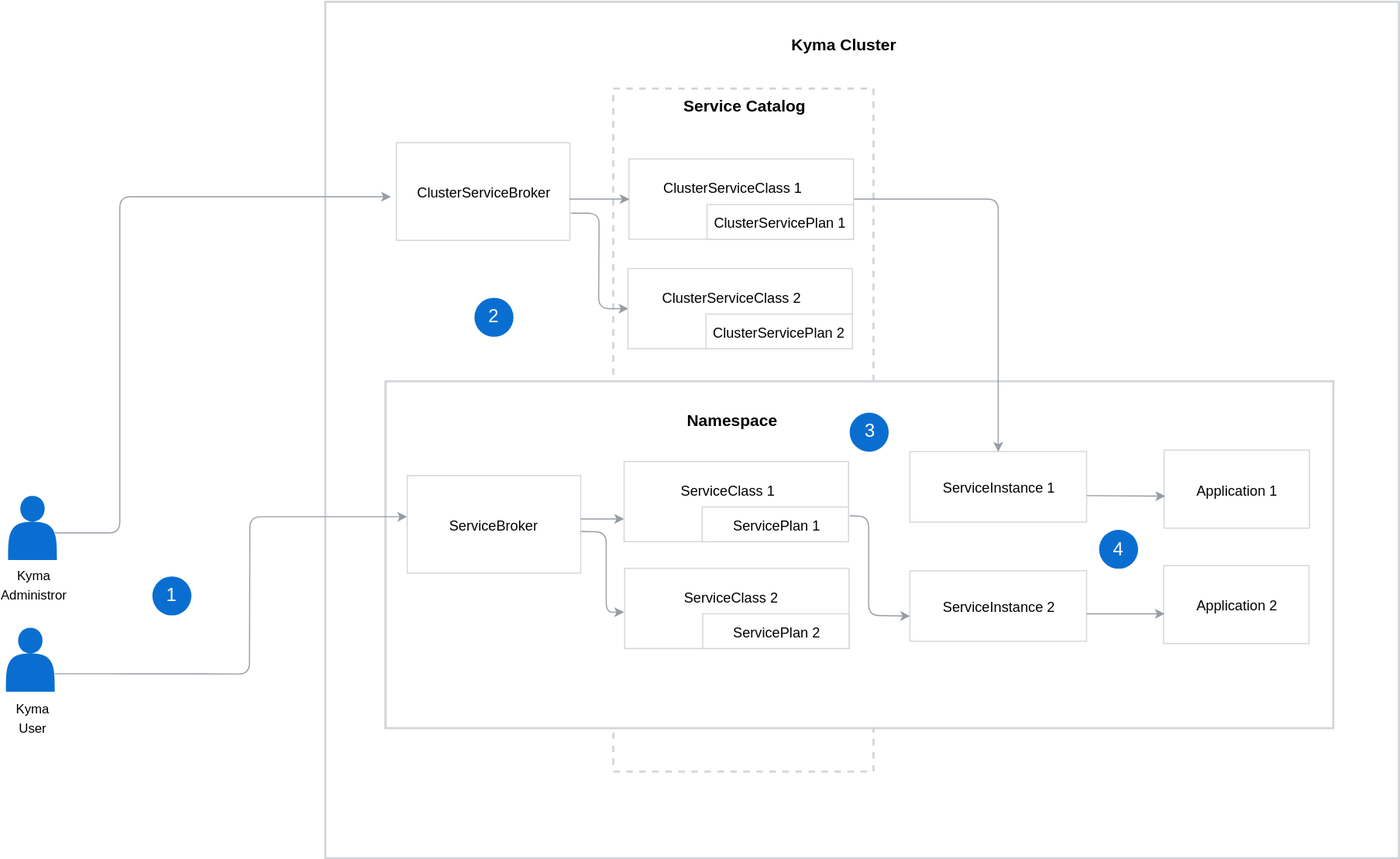
Above: docs/service-catalog/assets/service-catalog-flow.svg in kyma-project/kyma (draw.io), before the change. Source tidied: cells renumbered, new cells last; positions are measured from the earlier drawing's top-left corner, leaving out a move shared by most shapes.
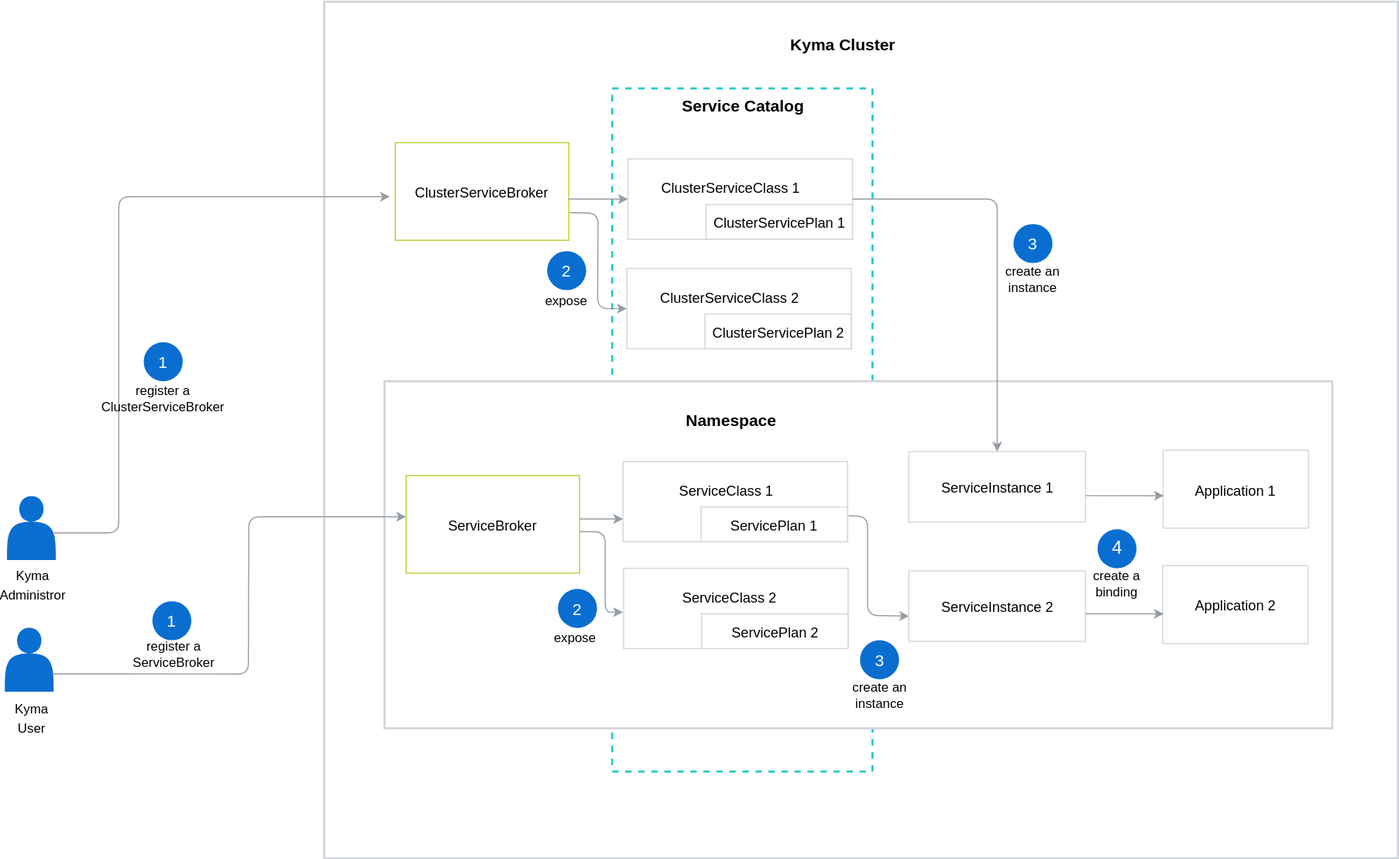
The same file after the commit.

The edit, as a diff of the source:
```diff
@@ -8,13 +8,13 @@
     <mxCell id="3" style="shape=actor;whiteSpace=wrap;html=1;strokeColor=none;strokeWidth=1;fillColor=#0A6ED1;gradientColor=none;fontFamily=Helvetica;fontSize=12;" parent="1" vertex="1">
       <mxGeometry x="2" y="455.9" width="45" height="59" as="geometry" />
     </mxCell>
-    <mxCell id="4" style="rounded=0;whiteSpace=wrap;html=1;labelBackgroundColor=none;strokeColor=#D2D5D9;strokeWidth=2;fillColor=#FFFFFF;gradientColor=none;fontFamily=Helvetica;fontSize=15;fontColor=#000000;dashed=1;" parent="1" vertex="1">
+    <mxCell id="4" style="rounded=0;whiteSpace=wrap;html=1;labelBackgroundColor=none;strokeColor=#24CACC;strokeWidth=2;fillColor=#FFFFFF;gradientColor=none;fontFamily=Helvetica;fontSize=15;fontColor=#000000;dashed=1;" parent="1" vertex="1">
       <mxGeometry x="560" y="80" width="240" height="630" as="geometry" />
     </mxCell>
     <mxCell id="5" style="rounded=0;whiteSpace=wrap;html=1;labelBackgroundColor=none;strokeColor=#D2D5D9;strokeWidth=2;fillColor=#FFFFFF;gradientColor=none;fontFamily=Helvetica;fontSize=15;fontColor=#000000;" parent="1" vertex="1">
       <mxGeometry x="350" y="350" width="874" height="320" as="geometry" />
     </mxCell>
-    <mxCell id="6" value="&lt;font style=&quot;font-size: 13px&quot;&gt;ClusterServiceBroker&lt;br&gt;&lt;/font&gt;" style="rounded=0;whiteSpace=wrap;html=1;labelBackgroundColor=none;strokeColor=#D2D5D9;strokeWidth=1;fillColor=#FFFFFF;gradientColor=none;fontFamily=Helvetica;fontSize=15;fontColor=#000000;" parent="1" vertex="1">
+    <mxCell id="6" value="&lt;font style=&quot;font-size: 13px&quot;&gt;ClusterServiceBroker&lt;br&gt;&lt;/font&gt;" style="rounded=0;whiteSpace=wrap;html=1;labelBackgroundColor=none;strokeColor=#ACD62F;strokeWidth=1;fillColor=#FFFFFF;gradientColor=none;fontFamily=Helvetica;fontSize=15;fontColor=#000000;" parent="1" vertex="1">
       <mxGeometry x="360" y="130" width="160" height="90" as="geometry" />
     </mxCell>
     <mxCell id="7" value="&lt;font style=&quot;font-size: 13px&quot;&gt;ServiceInstance 1&lt;/font&gt;" style="rounded=0;whiteSpace=wrap;html=1;labelBackgroundColor=none;strokeColor=#D2D5D9;strokeWidth=1;fillColor=#FFFFFF;gradientColor=none;fontFamily=Helvetica;fontSize=15;fontColor=#000000;" parent="1" vertex="1">
@@ -59,8 +59,8 @@
     <mxCell id="15" value="&lt;font style=&quot;font-size: 12px&quot;&gt;Kyma Administror&lt;/font&gt;" style="text;html=1;strokeColor=none;fillColor=none;align=center;verticalAlign=middle;whiteSpace=wrap;rounded=0;dashed=1;labelBackgroundColor=none;fontFamily=Helvetica;fontSize=15;fontColor=#000000;" parent="1" vertex="1">
       <mxGeometry x="5.5" y="527" width="40" height="20" as="geometry" />
     </mxCell>
-    <mxCell id="16" style="ellipse;whiteSpace=wrap;html=1;labelBackgroundColor=none;strokeColor=none;strokeWidth=1;fillColor=#0A6ED1;gradientColor=none;fontFamily=Helvetica;fontSize=15;fontColor=#000000;" parent="1" vertex="1">
-      <mxGeometry x="134.5" y="530" width="36" height="36" as="geometry" />
+    <mxCell id="16" value="&lt;font color=&quot;#ffffff&quot;&gt;1&lt;/font&gt;" style="ellipse;whiteSpace=wrap;html=1;labelBackgroundColor=none;strokeColor=none;strokeWidth=1;fillColor=#0A6ED1;gradientColor=none;fontFamily=Helvetica;fontSize=15;fontColor=#000000;" parent="1" vertex="1">
+      <mxGeometry x="128" y="314" width="36" height="36" as="geometry" />
     </mxCell>
     <mxCell id="17" style="endArrow=classic;html=1;strokeColor=#959CA4;strokeWidth=1;fontFamily=Helvetica;fontSize=15;fontColor=#000000;entryX=0;entryY=0.5;exitX=1;exitY=0.25;" parent="1" edge="1">
       <mxGeometry relative="1" as="geometry">
@@ -78,24 +78,15 @@
     <mxCell id="19" value="&lt;b&gt;Service Catalog&lt;/b&gt;" style="text;html=1;strokeColor=none;fillColor=none;align=center;verticalAlign=middle;whiteSpace=wrap;rounded=0;labelBackgroundColor=none;fontFamily=Helvetica;fontSize=15;fontColor=#000000;" parent="1" vertex="1">
       <mxGeometry x="611" y="86" width="140" height="20" as="geometry" />
     </mxCell>
-    <mxCell id="20" value="&lt;b&gt;Environment&lt;/b&gt;" style="text;html=1;strokeColor=none;fillColor=none;align=center;verticalAlign=middle;whiteSpace=wrap;rounded=0;labelBackgroundColor=none;fontFamily=Helvetica;fontSize=15;fontColor=#000000;" parent="1" vertex="1">
+    <mxCell id="20" value="&lt;b&gt;Namespace&lt;/b&gt;" style="text;html=1;strokeColor=none;fillColor=none;align=center;verticalAlign=middle;whiteSpace=wrap;rounded=0;labelBackgroundColor=none;fontFamily=Helvetica;fontSize=15;fontColor=#000000;" parent="1" vertex="1">
       <mxGeometry x="574.5" y="376" width="190" height="20" as="geometry" />
     </mxCell>
-    <mxCell id="21" value="&lt;font style=&quot;font-size: 17px&quot; color=&quot;#ffffff&quot;&gt;1&lt;/font&gt;" style="text;html=1;strokeColor=none;fillColor=none;align=center;verticalAlign=middle;whiteSpace=wrap;rounded=0;labelBackgroundColor=none;fontFamily=Helvetica;fontSize=15;fontColor=#000000;" parent="1" vertex="1">
-      <mxGeometry x="144.5" y="540" width="16" height="13" as="geometry" />
-    </mxCell>
-    <mxCell id="22" style="ellipse;whiteSpace=wrap;html=1;labelBackgroundColor=none;strokeColor=none;strokeWidth=1;fillColor=#0A6ED1;gradientColor=none;fontFamily=Helvetica;fontSize=15;fontColor=#000000;" parent="1" vertex="1">
-      <mxGeometry x="432" y="273" width="36" height="36" as="geometry" />
+    <mxCell id="22" value="&lt;font color=&quot;#ffffff&quot;&gt;2&lt;/font&gt;" style="ellipse;whiteSpace=wrap;html=1;labelBackgroundColor=none;strokeColor=none;strokeWidth=1;fillColor=#0A6ED1;gradientColor=none;fontFamily=Helvetica;fontSize=15;fontColor=#000000;" parent="1" vertex="1">
+      <mxGeometry x="500" y="230" width="36" height="36" as="geometry" />
     </mxCell>
-    <mxCell id="23" style="ellipse;whiteSpace=wrap;html=1;labelBackgroundColor=none;strokeColor=none;strokeWidth=1;fillColor=#0A6ED1;gradientColor=none;fontFamily=Helvetica;fontSize=15;fontColor=#000000;" parent="1" vertex="1">
-      <mxGeometry x="777.5" y="379" width="36" height="36" as="geometry" />
-    </mxCell>
     <mxCell id="24" style="ellipse;whiteSpace=wrap;html=1;labelBackgroundColor=none;strokeColor=none;strokeWidth=1;fillColor=#0A6ED1;gradientColor=none;fontFamily=Helvetica;fontSize=15;fontColor=#000000;" parent="1" vertex="1">
       <mxGeometry x="1007.5" y="486.5" width="36" height="36" as="geometry" />
     </mxCell>
-    <mxCell id="25" value="&lt;font style=&quot;font-size: 17px&quot; color=&quot;#ffffff&quot;&gt;2&lt;/font&gt;" style="text;html=1;strokeColor=none;fillColor=none;align=center;verticalAlign=middle;whiteSpace=wrap;rounded=0;labelBackgroundColor=none;fontFamily=Helvetica;fontSize=15;fontColor=#000000;" parent="1" vertex="1">
-      <mxGeometry x="442" y="283" width="16" height="13" as="geometry" />
-    </mxCell>
     <mxCell id="26" value="&lt;font style=&quot;font-size: 17px&quot; color=&quot;#ffffff&quot;&gt;3&lt;/font&gt;" style="text;html=1;strokeColor=none;fillColor=none;align=center;verticalAlign=middle;whiteSpace=wrap;rounded=0;labelBackgroundColor=none;fontFamily=Helvetica;fontSize=15;fontColor=#000000;" parent="1" vertex="1">
       <mxGeometry x="788.5" y="389.5" width="16" height="13" as="geometry" />
     </mxCell>
@@ -128,7 +119,7 @@
         </Array>
       </mxGeometry>
     </mxCell>
-    <mxCell id="32" value="&lt;font style=&quot;font-size: 13px&quot;&gt;ServiceBroker&lt;br&gt;&lt;/font&gt;" style="rounded=0;whiteSpace=wrap;html=1;labelBackgroundColor=none;strokeColor=#D2D5D9;strokeWidth=1;fillColor=#FFFFFF;gradientColor=none;fontFamily=Helvetica;fontSize=15;fontColor=#000000;" parent="1" vertex="1">
+    <mxCell id="32" value="&lt;font style=&quot;font-size: 13px&quot;&gt;ServiceBroker&lt;br&gt;&lt;/font&gt;" style="rounded=0;whiteSpace=wrap;html=1;labelBackgroundColor=none;strokeColor=#ACD62F;strokeWidth=1;fillColor=#FFFFFF;gradientColor=none;fontFamily=Helvetica;fontSize=15;fontColor=#000000;" parent="1" vertex="1">
       <mxGeometry x="370" y="437" width="160" height="90" as="geometry" />
     </mxCell>
     <mxCell id="33" style="rounded=0;whiteSpace=wrap;html=1;labelBackgroundColor=none;strokeColor=#D2D5D9;strokeWidth=1;fillColor=#FFFFFF;gradientColor=none;fontFamily=Helvetica;fontSize=15;fontColor=#000000;" parent="1" vertex="1">
@@ -188,5 +179,38 @@
         </Array>
       </mxGeometry>
     </mxCell>
+    <mxCell id="48" value="register a ClusterServiceBroker" style="text;html=1;strokeColor=none;fillColor=none;align=center;verticalAlign=middle;whiteSpace=wrap;rounded=0;" parent="1" vertex="1">
+      <mxGeometry x="126" y="356" width="40" height="20" as="geometry" />
+    </mxCell>
+    <mxCell id="49" value="expose" style="text;html=1;strokeColor=none;fillColor=none;align=center;verticalAlign=middle;whiteSpace=wrap;rounded=0;" parent="1" vertex="1">
+      <mxGeometry x="498" y="266" width="40" height="20" as="geometry" />
+    </mxCell>
+    <mxCell id="50" value="&lt;font color=&quot;#ffffff&quot;&gt;3&lt;/font&gt;" style="ellipse;whiteSpace=wrap;html=1;labelBackgroundColor=none;strokeColor=none;strokeWidth=1;fillColor=#0A6ED1;gradientColor=none;fontFamily=Helvetica;fontSize=15;fontColor=#000000;" parent="1" vertex="1">
+      <mxGeometry x="788.5" y="588.9" width="36" height="36" as="geometry" />
+    </mxCell>
+    <mxCell id="51" value="&lt;font color=&quot;#ffffff&quot;&gt;3&lt;/font&gt;" style="ellipse;whiteSpace=wrap;html=1;labelBackgroundColor=none;strokeColor=none;strokeWidth=1;fillColor=#0A6ED1;gradientColor=none;fontFamily=Helvetica;fontSize=15;fontColor=#000000;" parent="1" vertex="1">
+      <mxGeometry x="930" y="205" width="36" height="36" as="geometry" />
+    </mxCell>
+    <mxCell id="25" value="&lt;font color=&quot;#ffffff&quot;&gt;2&lt;/font&gt;" style="ellipse;whiteSpace=wrap;html=1;labelBackgroundColor=none;strokeColor=none;strokeWidth=1;fillColor=#0A6ED1;gradientColor=none;fontFamily=Helvetica;fontSize=15;fontColor=#000000;" parent="1" vertex="1">
+      <mxGeometry x="510" y="541.5" width="36" height="36" as="geometry" />
+    </mxCell>
+    <mxCell id="21" value="&lt;font color=&quot;#ffffff&quot;&gt;1&lt;/font&gt;" style="ellipse;whiteSpace=wrap;html=1;labelBackgroundColor=none;strokeColor=none;strokeWidth=1;fillColor=#0A6ED1;gradientColor=none;fontFamily=Helvetica;fontSize=15;fontColor=#000000;" parent="1" vertex="1">
+      <mxGeometry x="136" y="552.9" width="36" height="36" as="geometry" />
+    </mxCell>
+    <mxCell id="52" value="register a ServiceBroker" style="text;html=1;strokeColor=none;fillColor=none;align=center;verticalAlign=middle;whiteSpace=wrap;rounded=0;" parent="1" vertex="1">
+      <mxGeometry x="136" y="592" width="40" height="20" as="geometry" />
+    </mxCell>
+    <mxCell id="53" value="expose" style="text;html=1;strokeColor=none;fillColor=none;align=center;verticalAlign=middle;whiteSpace=wrap;rounded=0;" parent="1" vertex="1">
+      <mxGeometry x="506" y="577.4" width="40" height="20" as="geometry" />
+    </mxCell>
+    <mxCell id="54" value="create an instance" style="text;html=1;strokeColor=none;fillColor=none;align=center;verticalAlign=middle;whiteSpace=wrap;rounded=0;" parent="1" vertex="1">
+      <mxGeometry x="917" y="246" width="62" height="20" as="geometry" />
+    </mxCell>
+    <mxCell id="55" value="create an instance" style="text;html=1;strokeColor=none;fillColor=none;align=center;verticalAlign=middle;whiteSpace=wrap;rounded=0;" parent="1" vertex="1">
+      <mxGeometry x="774.8" y="629.9" width="63.5" height="20" as="geometry" />
+    </mxCell>
+    <mxCell id="56" value="create a binding" style="text;html=1;strokeColor=none;fillColor=none;align=center;verticalAlign=middle;whiteSpace=wrap;rounded=0;" parent="1" vertex="1">
+      <mxGeometry x="999.2" y="527" width="52.5" height="20" as="geometry" />
+    </mxCell>
   </root>
 </mxGraphModel>
```
